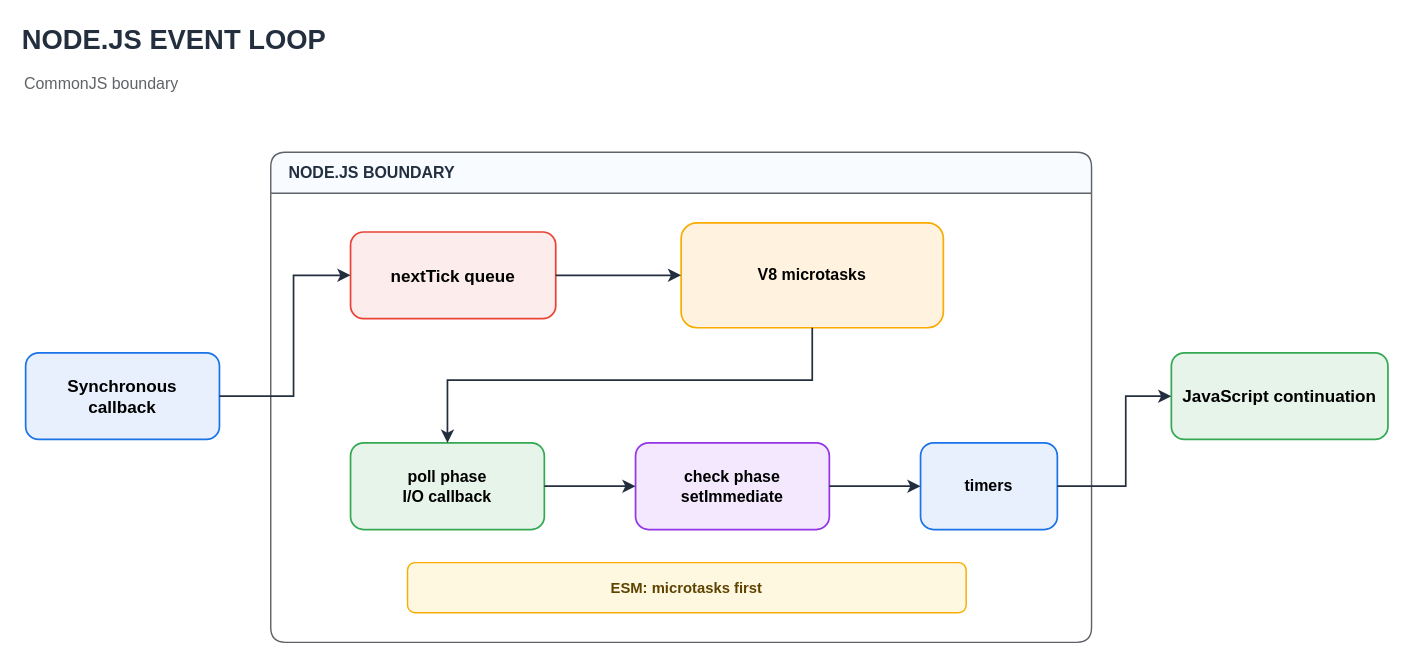
Earlier version of the draw.io diagram assets/img/nodejs/node-event-loop-scheduling-flow.drawio (KKamJi98/kkamji98.github.io). Source tidied: cells renumbered, new cells numbered last; positions are measured from the earlier drawing's top-left corner, leaving out a move shared by most shapes. Both pictures are drawn from the tidied source at 114%, with x=0, y=0 at pixel (19, 19).
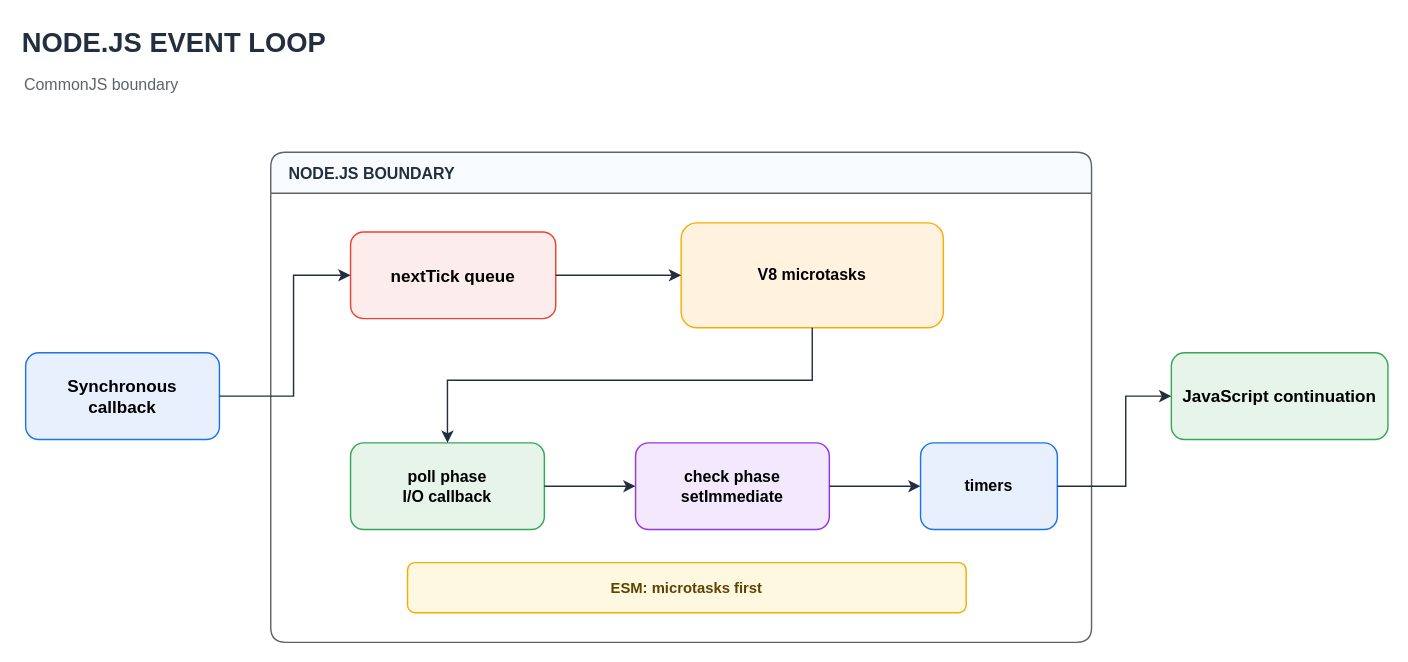
After the change.

The edit, as a diff of the source:
```diff
@@
-    <mxCell id="2" value="NODE.JS EVENT LOOP" style="text;html=1;strokeColor=none;fillColor=none;align=left;verticalAlign=middle;fontSize=24;fontStyle=1;fontColor=#232F3E;opacity=100;" parent="1" vertex="1">
+    <mxCell id="2" value="NODE.JS EVENT LOOP" style="text;html=0;strokeColor=none;fillColor=none;align=left;verticalAlign=middle;fontSize=24;fontStyle=1;fontColor=#232F3E;opacity=100;" parent="1" vertex="1">
       <mxGeometry width="720" height="36" as="geometry" />
     </mxCell>
-    <mxCell id="3" value="CommonJS boundary" style="text;html=1;strokeColor=none;fillColor=none;align=left;verticalAlign=middle;fontSize=14;fontColor=#5F6368;" parent="1" vertex="1">
+    <mxCell id="3" value="CommonJS boundary" style="text;html=0;strokeColor=none;fillColor=none;align=left;verticalAlign=middle;fontSize=14;fontColor=#5F6368;" parent="1" vertex="1">
       <mxGeometry x="2" y="44" width="400" height="24" as="geometry" />
     </mxCell>
-    <mxCell id="4" value="Synchronous callback" style="rounded=1;whiteSpace=wrap;html=1;fillColor=#E8F0FE;strokeColor=#1A73E8;strokeWidth=1.5;fontColor=#000000;fontSize=15;fontStyle=1;align=center;verticalAlign=middle;spacing=8;" parent="1" vertex="1">
+    <mxCell id="4" value="Synchronous callback" style="rounded=1;whiteSpace=wrap;html=0;fillColor=#E8F0FE;strokeColor=#1A73E8;strokeWidth=1.25;fontColor=#000000;fontSize=15;fontStyle=1;align=center;verticalAlign=middle;spacing=8;" parent="1" vertex="1">
       <mxGeometry x="5" y="292" width="170" height="76" as="geometry" />
     </mxCell>
-    <mxCell id="5" value="NODE.JS BOUNDARY" style="swimlane;horizontal=1;startSize=36;rounded=1;arcSize=12;html=1;fillColor=#F8FBFF;swimlaneFillColor=#FFFFFF;strokeColor=#5F6368;strokeWidth=1.25;fontColor=#232F3E;fontSize=14;fontStyle=1;align=left;spacingLeft=14;" parent="1" vertex="1">
+    <mxCell id="5" value="NODE.JS BOUNDARY" style="swimlane;horizontal=1;startSize=36;rounded=1;arcSize=12;html=0;fillColor=#F8FBFF;swimlaneFillColor=#FFFFFF;strokeColor=#5F6368;strokeWidth=1.25;fontColor=#232F3E;fontSize=14;fontStyle=1;align=left;spacingLeft=14;" parent="1" vertex="1">
       <mxGeometry x="220" y="116" width="720" height="430" as="geometry" />
     </mxCell>
-    <mxCell id="6" value="nextTick queue" style="rounded=1;whiteSpace=wrap;html=1;fillColor=#FDECEC;strokeColor=#EA4335;strokeWidth=1.5;fontColor=#000000;fontSize=15;fontStyle=1;align=center;verticalAlign=middle;spacing=8;" parent="1" vertex="1">
+    <mxCell id="6" value="nextTick queue" style="rounded=1;whiteSpace=wrap;html=0;fillColor=#FDECEC;strokeColor=#EA4335;strokeWidth=1.25;fontColor=#000000;fontSize=15;fontStyle=1;align=center;verticalAlign=middle;spacing=8;" parent="1" vertex="1">
       <mxGeometry x="290" y="186" width="180" height="76" as="geometry" />
     </mxCell>
-    <mxCell id="7" value="V8 microtasks" style="rounded=1;whiteSpace=wrap;html=1;fillColor=#FFF3E0;strokeColor=#F9AB00;strokeWidth=1.5;fontColor=#000000;fontSize=14;fontStyle=1;align=center;verticalAlign=middle;spacing=8;" parent="1" vertex="1">
+    <mxCell id="7" value="V8 microtasks" style="rounded=1;whiteSpace=wrap;html=0;fillColor=#FFF3E0;strokeColor=#F9AB00;strokeWidth=1.25;fontColor=#000000;fontSize=14;fontStyle=1;align=center;verticalAlign=middle;spacing=8;" parent="1" vertex="1">
       <mxGeometry x="580" y="178" width="230" height="92" as="geometry" />
     </mxCell>
-    <mxCell id="8" value="poll phase&lt;br&gt;I/O callback" style="rounded=1;whiteSpace=wrap;html=1;fillColor=#E6F4EA;strokeColor=#34A853;strokeWidth=1.5;fontColor=#000000;fontSize=14;fontStyle=1;align=center;verticalAlign=middle;spacing=8;" parent="1" vertex="1">
+    <mxCell id="8" value="poll phase&#10;I/O callback" style="rounded=1;whiteSpace=wrap;html=0;fillColor=#E6F4EA;strokeColor=#34A853;strokeWidth=1.25;fontColor=#000000;fontSize=14;fontStyle=1;align=center;verticalAlign=middle;spacing=8;" parent="1" vertex="1">
       <mxGeometry x="290" y="371" width="170" height="76" as="geometry" />
     </mxCell>
-    <mxCell id="9" value="check phase&lt;br&gt;setImmediate" style="rounded=1;whiteSpace=wrap;html=1;fillColor=#F3E8FD;strokeColor=#9334E6;strokeWidth=1.5;fontColor=#000000;fontSize=14;fontStyle=1;align=center;verticalAlign=middle;spacing=8;" parent="1" vertex="1">
+    <mxCell id="9" value="check phase&#10;setImmediate" style="rounded=1;whiteSpace=wrap;html=0;fillColor=#F3E8FD;strokeColor=#9334E6;strokeWidth=1.25;fontColor=#000000;fontSize=14;fontStyle=1;align=center;verticalAlign=middle;spacing=8;" parent="1" vertex="1">
       <mxGeometry x="540" y="371" width="170" height="76" as="geometry" />
     </mxCell>
-    <mxCell id="10" value="timers" style="rounded=1;whiteSpace=wrap;html=1;fillColor=#E8F0FE;strokeColor=#1A73E8;strokeWidth=1.5;fontColor=#000000;fontSize=14;fontStyle=1;align=center;verticalAlign=middle;spacing=8;" parent="1" vertex="1">
+    <mxCell id="10" value="timers" style="rounded=1;whiteSpace=wrap;html=0;fillColor=#E8F0FE;strokeColor=#1A73E8;strokeWidth=1.25;fontColor=#000000;fontSize=14;fontStyle=1;align=center;verticalAlign=middle;spacing=8;" parent="1" vertex="1">
       <mxGeometry x="790" y="371" width="120" height="76" as="geometry" />
     </mxCell>
-    <mxCell id="11" value="JavaScript continuation" style="rounded=1;whiteSpace=wrap;html=1;fillColor=#E6F4EA;strokeColor=#34A853;strokeWidth=1.5;fontColor=#000000;fontSize=15;fontStyle=1;align=center;verticalAlign=middle;spacing=8;" parent="1" vertex="1">
+    <mxCell id="11" value="JavaScript continuation" style="rounded=1;whiteSpace=wrap;html=0;fillColor=#E6F4EA;strokeColor=#34A853;strokeWidth=1.25;fontColor=#000000;fontSize=15;fontStyle=1;align=center;verticalAlign=middle;spacing=8;" parent="1" vertex="1">
       <mxGeometry x="1010" y="292" width="190" height="76" as="geometry" />
     </mxCell>
-    <mxCell id="12" value="ESM: microtasks first" style="rounded=1;whiteSpace=wrap;html=1;fillColor=#FFF8E1;strokeColor=#F9AB00;strokeWidth=1.25;fontColor=#5F4300;fontSize=13;fontStyle=1;align=center;verticalAlign=middle;spacing=8;" parent="1" vertex="1">
+    <mxCell id="12" value="ESM: microtasks first" style="rounded=1;whiteSpace=wrap;html=0;fillColor=#FFF8E1;strokeColor=#F9AB00;strokeWidth=1.25;fontColor=#5F4300;fontSize=13;fontStyle=1;align=center;verticalAlign=middle;spacing=8;" parent="1" vertex="1">
       <mxGeometry x="340" y="476" width="490" height="44" as="geometry" />
     </mxCell>
-    <mxCell id="13" style="edgeStyle=orthogonalEdgeStyle;rounded=0;html=1;strokeColor=#232F3E;strokeWidth=1.5;endArrow=classic;endFill=1;endSize=7;exitX=1;exitY=0.5;entryX=0;entryY=0.5;fontColor=#232F3E;" parent="1" edge="1" source="4" target="6">
+    <mxCell id="13" style="edgeStyle=orthogonalEdgeStyle;rounded=0;html=0;strokeColor=#232F3E;strokeWidth=1.25;endArrow=classic;endFill=1;endSize=7;exitX=1;exitY=0.5;entryX=0;entryY=0.5;fontColor=#232F3E;" parent="1" edge="1" source="4" target="6">
       <mxGeometry relative="1" as="geometry">
         <Array as="points">
           <mxPoint x="240" y="330" />
           <mxPoint x="240" y="224" />
         </Array>
       </mxGeometry>
     </mxCell>
-    <mxCell id="14" style="edgeStyle=orthogonalEdgeStyle;rounded=0;html=1;strokeColor=#232F3E;strokeWidth=1.5;endArrow=classic;endFill=1;endSize=7;exitX=1;exitY=0.5;entryX=0;entryY=0.5;fontColor=#232F3E;" parent="1" edge="1" source="6" target="7">
+    <mxCell id="14" style="edgeStyle=orthogonalEdgeStyle;rounded=0;html=0;strokeColor=#232F3E;strokeWidth=1.25;endArrow=classic;endFill=1;endSize=7;exitX=1;exitY=0.5;entryX=0;entryY=0.5;fontColor=#232F3E;" parent="1" edge="1" source="6" target="7">
       <mxGeometry relative="1" as="geometry" />
     </mxCell>
-    <mxCell id="15" style="edgeStyle=orthogonalEdgeStyle;rounded=0;html=1;strokeColor=#232F3E;strokeWidth=1.5;endArrow=classic;endFill=1;endSize=7;exitX=0.5;exitY=1;entryX=0.5;entryY=0;fontColor=#232F3E;" parent="1" edge="1" source="7" target="8">
+    <mxCell id="15" style="edgeStyle=orthogonalEdgeStyle;rounded=0;html=0;strokeColor=#232F3E;strokeWidth=1.25;endArrow=classic;endFill=1;endSize=7;exitX=0.5;exitY=1;entryX=0.5;entryY=0;fontColor=#232F3E;" parent="1" edge="1" source="7" target="8">
       <mxGeometry relative="1" as="geometry">
         <Array as="points">
           <mxPoint x="695" y="316" />
           <mxPoint x="375" y="316" />
         </Array>
       </mxGeometry>
     </mxCell>
-    <mxCell id="16" style="edgeStyle=orthogonalEdgeStyle;rounded=0;html=1;strokeColor=#232F3E;strokeWidth=1.5;endArrow=classic;endFill=1;endSize=7;exitX=1;exitY=0.5;entryX=0;entryY=0.5;fontColor=#232F3E;" parent="1" edge="1" source="8" target="9">
+    <mxCell id="16" style="edgeStyle=orthogonalEdgeStyle;rounded=0;html=0;strokeColor=#232F3E;strokeWidth=1.25;endArrow=classic;endFill=1;endSize=7;exitX=1;exitY=0.5;entryX=0;entryY=0.5;fontColor=#232F3E;" parent="1" edge="1" source="8" target="9">
       <mxGeometry relative="1" as="geometry" />
     </mxCell>
-    <mxCell id="17" style="edgeStyle=orthogonalEdgeStyle;rounded=0;html=1;strokeColor=#232F3E;strokeWidth=1.5;endArrow=classic;endFill=1;endSize=7;exitX=1;exitY=0.5;entryX=0;entryY=0.5;fontColor=#232F3E;" parent="1" edge="1" source="9" target="10">
+    <mxCell id="17" style="edgeStyle=orthogonalEdgeStyle;rounded=0;html=0;strokeColor=#232F3E;strokeWidth=1.25;endArrow=classic;endFill=1;endSize=7;exitX=1;exitY=0.5;entryX=0;entryY=0.5;fontColor=#232F3E;" parent="1" edge="1" source="9" target="10">
       <mxGeometry relative="1" as="geometry" />
     </mxCell>
-    <mxCell id="18" style="edgeStyle=orthogonalEdgeStyle;rounded=0;html=1;strokeColor=#232F3E;strokeWidth=1.5;endArrow=classic;endFill=1;endSize=7;exitX=1;exitY=0.5;entryX=0;entryY=0.5;fontColor=#232F3E;" parent="1" edge="1" source="10" target="11">
+    <mxCell id="18" style="edgeStyle=orthogonalEdgeStyle;rounded=0;html=0;strokeColor=#232F3E;strokeWidth=1.25;endArrow=classic;endFill=1;endSize=7;exitX=1;exitY=0.5;entryX=0;entryY=0.5;fontColor=#232F3E;" parent="1" edge="1" source="10" target="11">
       <mxGeometry relative="1" as="geometry">
         <Array as="points">
           <mxPoint x="970" y="409" />
           <mxPoint x="970" y="330" />
         </Array>
       </mxGeometry>
     </mxCell>
```
